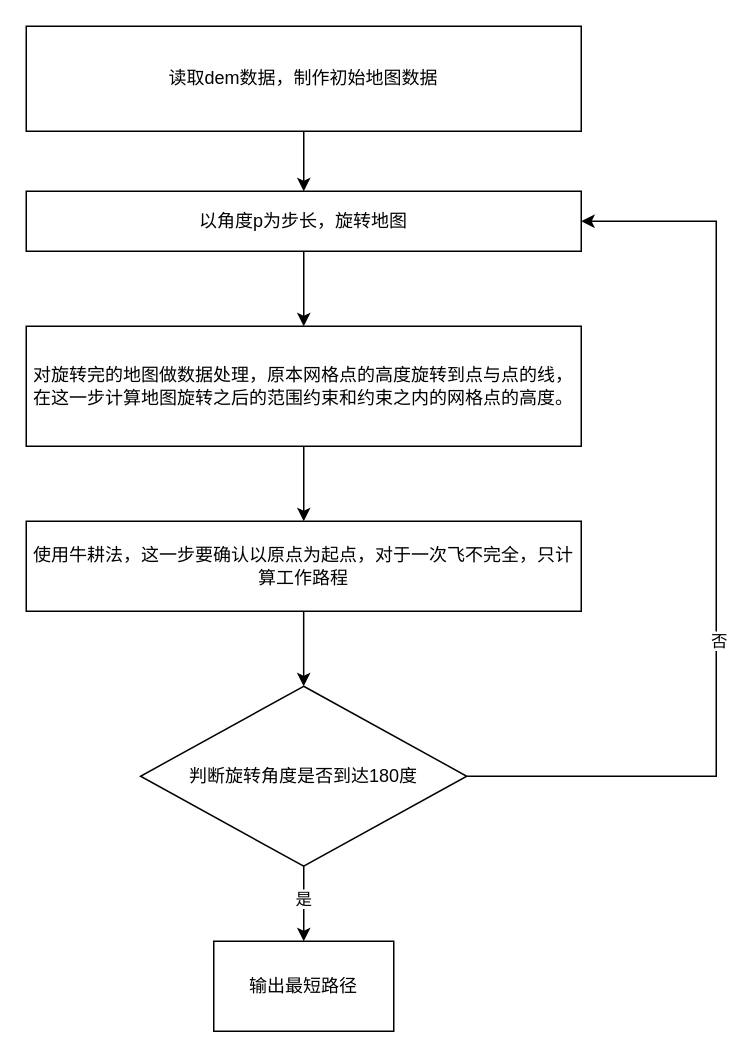
Before: 旋转牛耕法.drawio in AGUANX/draw, a draw.io diagram. Source tidied: cells renumbered, new cells numbered last; positions are measured from the earlier drawing's top-left corner, leaving out a move shared by most shapes. Both pictures are drawn from the tidied source at 150%, with x=0, y=0 at pixel (26, 26).
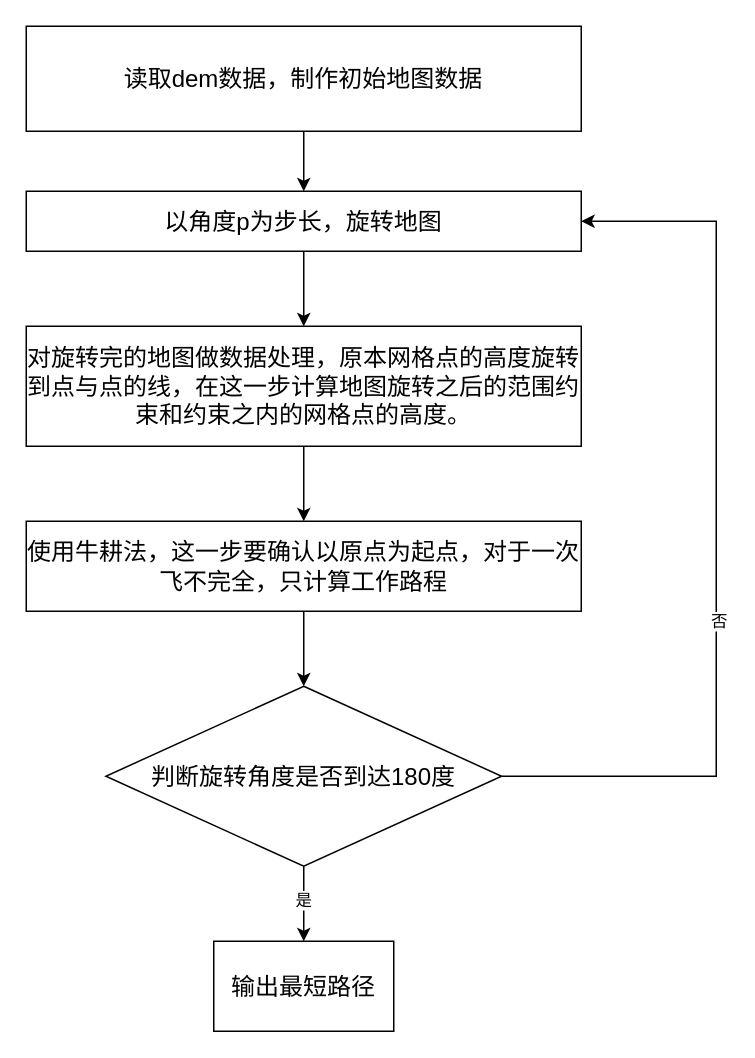
After the change.

Commit message:
更新旋转牛耕法.drawio

The edit, as a diff of the source:
```diff
@@
 <mxGraphModel>
   <root>
     <mxCell id="0" />
     <mxCell id="1" parent="0" />
     <mxCell id="2" style="edgeStyle=orthogonalEdgeStyle;rounded=0;jettySize=auto;html=1;" parent="1" edge="1" source="3" target="5">
       <mxGeometry relative="1" as="geometry" />
     </mxCell>
-    <mxCell id="3" value="&lt;div&gt;读取dem数据，制作初始地图数据&lt;/div&gt;" style="rounded=0;whiteSpace=wrap;html=1;" parent="1" vertex="1">
+    <mxCell id="3" value="&lt;div&gt;&lt;font style=&quot;font-size: 16px;&quot;&gt;读取dem数据，制作初始地图数据&lt;/font&gt;&lt;/div&gt;" style="rounded=0;whiteSpace=wrap;html=1;" parent="1" vertex="1">
       <mxGeometry width="370" height="70" as="geometry" />
     </mxCell>
     <mxCell id="4" style="edgeStyle=orthogonalEdgeStyle;rounded=0;jettySize=auto;html=1;" parent="1" edge="1" source="5" target="7">
       <mxGeometry relative="1" as="geometry" />
     </mxCell>
-    <mxCell id="5" value="以角度p为步长，旋转地图" style="rounded=0;whiteSpace=wrap;html=1;" parent="1" vertex="1">
+    <mxCell id="5" value="&lt;font style=&quot;font-size: 16px;&quot;&gt;以角度p为步长，旋转地图&lt;/font&gt;" style="rounded=0;whiteSpace=wrap;html=1;" parent="1" vertex="1">
       <mxGeometry y="110" width="370" height="40" as="geometry" />
     </mxCell>
     <mxCell id="6" style="edgeStyle=orthogonalEdgeStyle;rounded=0;jettySize=auto;html=1;" parent="1" edge="1" source="7" target="9">
       <mxGeometry relative="1" as="geometry" />
     </mxCell>
-    <mxCell id="7" value="对旋转完的地图做数据处理，原本网格点的高度旋转到点与点的线，在这一步计算地图旋转之后的范围约束和约束之内的网格点的高度。" style="rounded=0;whiteSpace=wrap;html=1;" parent="1" vertex="1">
+    <mxCell id="7" value="&lt;font style=&quot;font-size: 16px;&quot;&gt;对旋转完的地图做数据处理，原本网格点的高度旋转到点与点的线，在这一步计算地图旋转之后的范围约束和约束之内的网格点的高度。&lt;/font&gt;" style="rounded=0;whiteSpace=wrap;html=1;" parent="1" vertex="1">
       <mxGeometry y="200" width="370" height="80" as="geometry" />
     </mxCell>
     <mxCell id="8" style="edgeStyle=orthogonalEdgeStyle;rounded=0;jettySize=auto;html=1;entryX=0.5;entryY=0;entryDx=0;entryDy=0;" parent="1" edge="1" source="9" target="14">
       <mxGeometry relative="1" as="geometry" />
     </mxCell>
-    <mxCell id="9" value="使用牛耕法，这一步要确认以原点为起点，对于一次飞不完全，只计算工作路程" style="rounded=0;whiteSpace=wrap;html=1;" parent="1" vertex="1">
+    <mxCell id="9" value="&lt;font style=&quot;font-size: 16px;&quot;&gt;使用牛耕法，这一步要确认以原点为起点，对于一次飞不完全，只计算工作路程&lt;/font&gt;" style="rounded=0;whiteSpace=wrap;html=1;" parent="1" vertex="1">
       <mxGeometry y="330" width="370" height="60" as="geometry" />
     </mxCell>
     <mxCell id="10" style="edgeStyle=orthogonalEdgeStyle;rounded=0;jettySize=auto;html=1;entryX=1;entryY=0.5;entryDx=0;entryDy=0;exitX=1;exitY=0.5;exitDx=0;exitDy=0;" parent="1" edge="1" source="14" target="5">
       <mxGeometry relative="1" as="geometry">
         <Array as="points">
           <mxPoint x="460" y="500" />
           <mxPoint x="460" y="130" />
         </Array>
       </mxGeometry>
     </mxCell>
     <mxCell id="11" value="&lt;div&gt;否&lt;/div&gt;" style="edgeLabel;html=1;align=center;verticalAlign=middle;" parent="10" vertex="1">
       <mxGeometry x="-0.18" y="-1" relative="1" as="geometry" />
     </mxCell>
     <mxCell id="12" style="edgeStyle=orthogonalEdgeStyle;rounded=0;jettySize=auto;html=1;" parent="1" edge="1" source="14" target="15">
       <mxGeometry relative="1" as="geometry" />
     </mxCell>
     <mxCell id="13" value="是" style="edgeLabel;html=1;align=center;verticalAlign=middle;" parent="12" vertex="1">
       <mxGeometry x="-0.13" y="-1" relative="1" as="geometry" />
     </mxCell>
-    <mxCell id="14" value="判断旋转角度是否到达180度" style="rhombus;whiteSpace=wrap;html=1;" parent="1" vertex="1">
-      <mxGeometry x="76.2" y="440" width="217.5" height="120" as="geometry" />
+    <mxCell id="14" value="&lt;font style=&quot;font-size: 16px;&quot;&gt;判断旋转角度是否到达180度&lt;/font&gt;" style="rhombus;whiteSpace=wrap;html=1;" parent="1" vertex="1">
+      <mxGeometry x="53.1" y="440" width="263.8" height="120" as="geometry" />
     </mxCell>
-    <mxCell id="15" value="输出最短路径" style="whiteSpace=wrap;html=1;" parent="1" vertex="1">
+    <mxCell id="15" value="&lt;font style=&quot;font-size: 16px;&quot;&gt;输出最短路径&lt;/font&gt;" style="whiteSpace=wrap;html=1;" parent="1" vertex="1">
       <mxGeometry x="125" y="610" width="120" height="60" as="geometry" />
     </mxCell>
   </root>
 </mxGraphModel>
```
